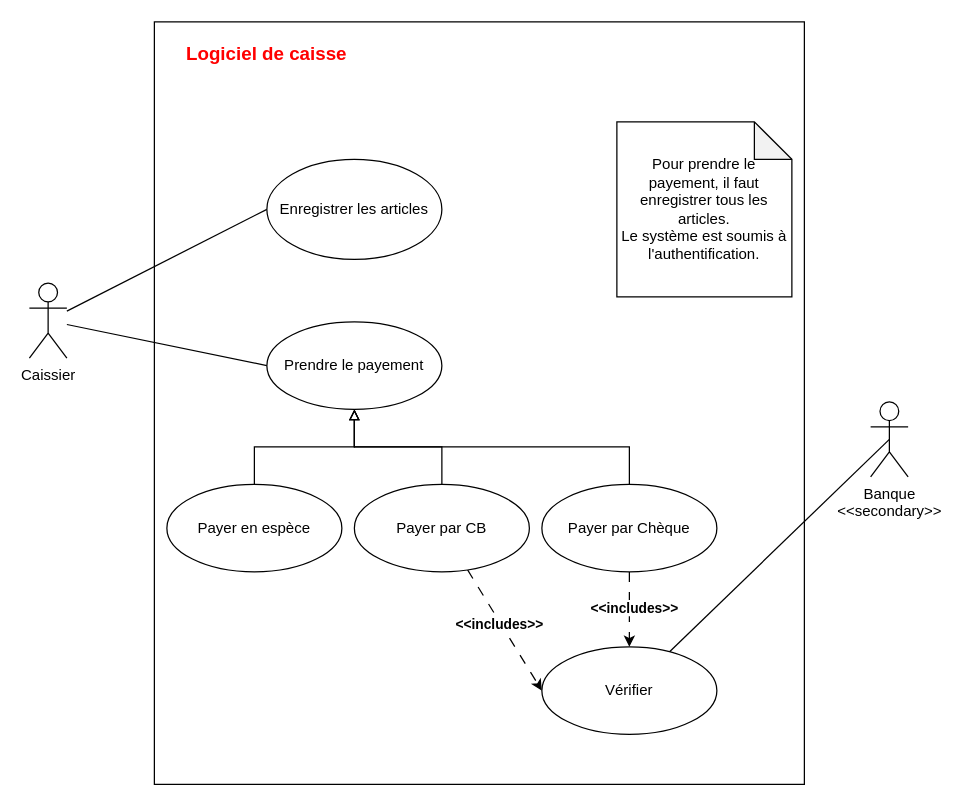
This is TP_1_UML_Exercice_2.drawio from Mzk-Ali/EXO_M2I_UML, a draw.io file, before an edit. Source tidied: cells renumbered, new cells numbered last; positions are measured from the earlier drawing's top-left corner, leaving out a move shared by most shapes. Both pictures are drawn from the tidied source at 125%, with x=0, y=0 at pixel (29, 21).
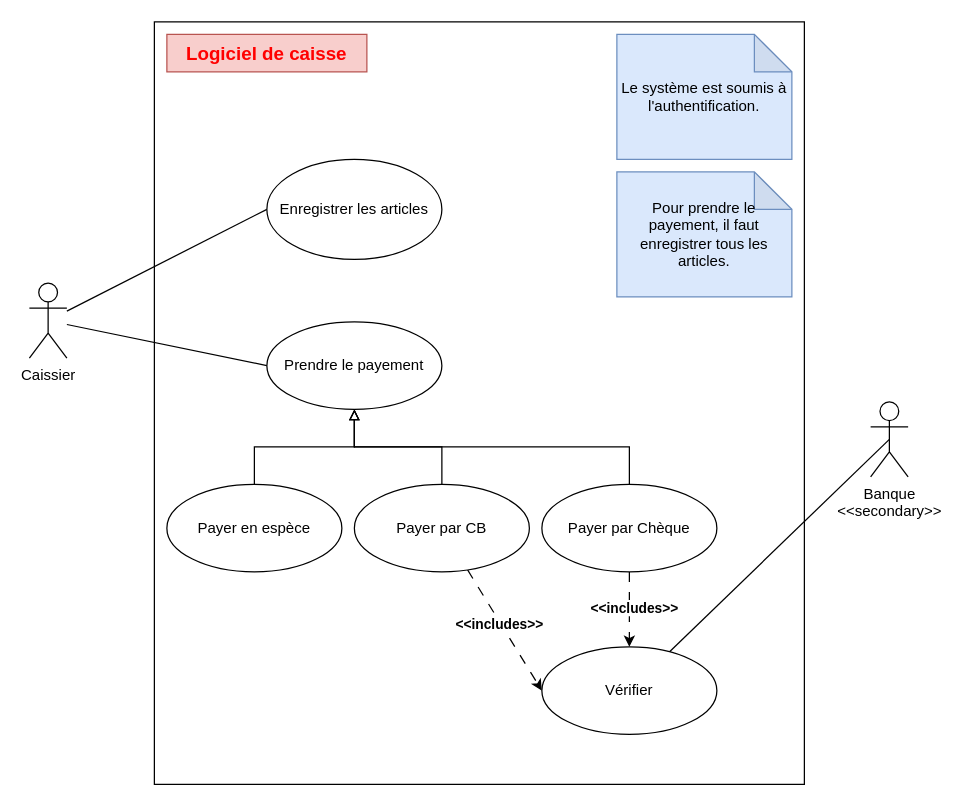
Above is the later version.

Commit message:
Mettre à jour TP_1_UML_Exercice_2.drawio

Diff of the diagram source:
```diff
@@
-    <mxCell id="8" value="&lt;b&gt;&lt;font style=&quot;color: light-dark(rgb(255, 0, 0), rgb(237, 237, 237)); font-size: 15px;&quot;&gt;Logiciel de caisse&lt;/font&gt;&lt;/b&gt;" style="text;html=1;align=center;verticalAlign=middle;whiteSpace=wrap;rounded=0;" parent="1" vertex="1">
+    <mxCell id="8" value="&lt;b&gt;&lt;font style=&quot;color: light-dark(rgb(255, 0, 0), rgb(237, 237, 237)); font-size: 15px;&quot;&gt;Logiciel de caisse&lt;/font&gt;&lt;/b&gt;" style="text;html=1;align=center;verticalAlign=middle;whiteSpace=wrap;rounded=0;fillColor=#f8cecc;strokeColor=#b85450;" parent="1" vertex="1">
       <mxGeometry x="110" y="10" width="160" height="30" as="geometry" />
     </mxCell>
-    <mxCell id="9" value="Pour prendre le payement, il faut enregistrer tous les articles.&lt;div&gt;Le système est soumis à l'authentification.&lt;/div&gt;" style="shape=note;whiteSpace=wrap;html=1;backgroundOutline=1;darkOpacity=0.05;" parent="1" vertex="1">
-      <mxGeometry x="470" y="80" width="140" height="140" as="geometry" />
+    <mxCell id="9" value="&lt;div&gt;Le système est soumis à l'authentification.&lt;/div&gt;" style="shape=note;whiteSpace=wrap;html=1;backgroundOutline=1;darkOpacity=0.05;fillColor=#dae8fc;strokeColor=#6c8ebf;" parent="1" vertex="1">
+      <mxGeometry x="470" y="10" width="140" height="100" as="geometry" />
     </mxCell>
@@
+    <mxCell id="23" value="Pour prendre le payement, il faut enregistrer tous les articles." style="shape=note;whiteSpace=wrap;html=1;backgroundOutline=1;darkOpacity=0.05;fillColor=#dae8fc;strokeColor=#6c8ebf;" parent="1" vertex="1">
+      <mxGeometry x="470" y="120" width="140" height="100" as="geometry" />
+    </mxCell>
```
